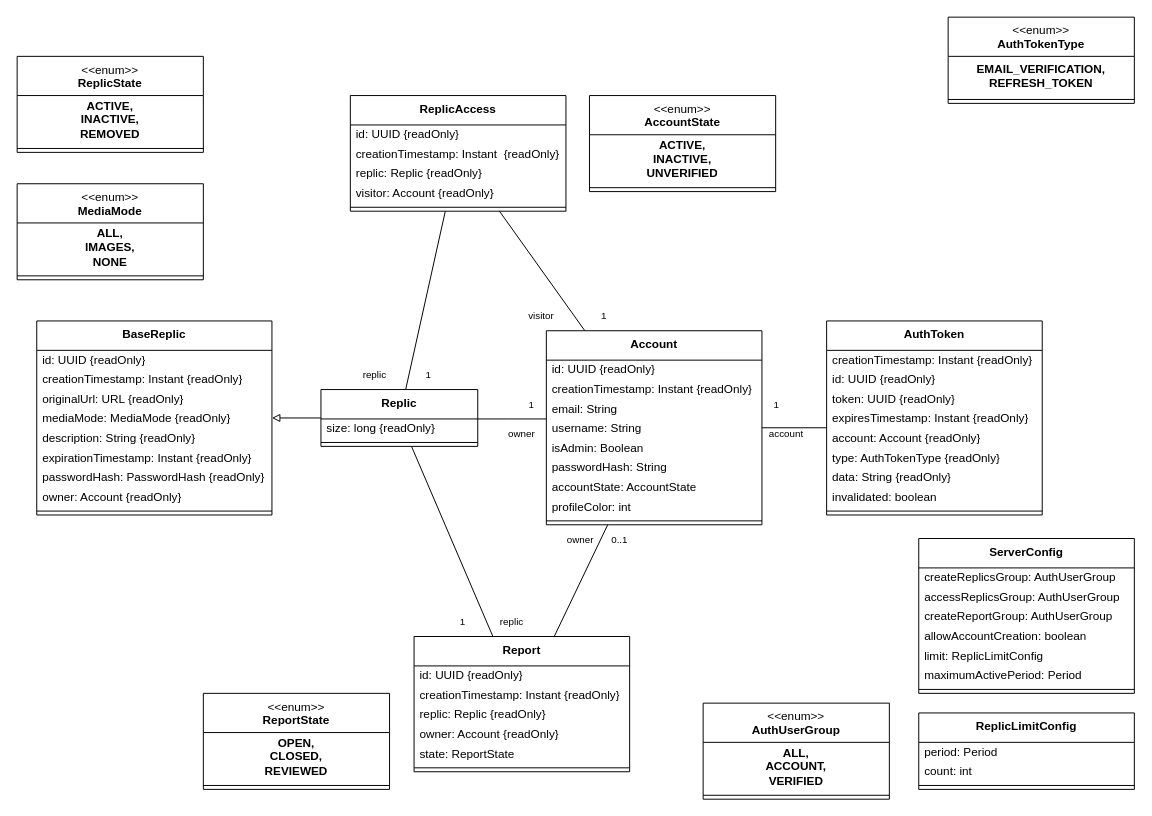
Before: content/drawio/class/server/domain-models.drawio in replic-read/design, a draw.io diagram. Source tidied: cells renumbered, new cells numbered last; positions are measured from the earlier drawing's top-left corner, leaving out a move shared by most shapes. Both pictures are drawn from the tidied source at 98%, with x=0, y=0 at pixel (17, 17).
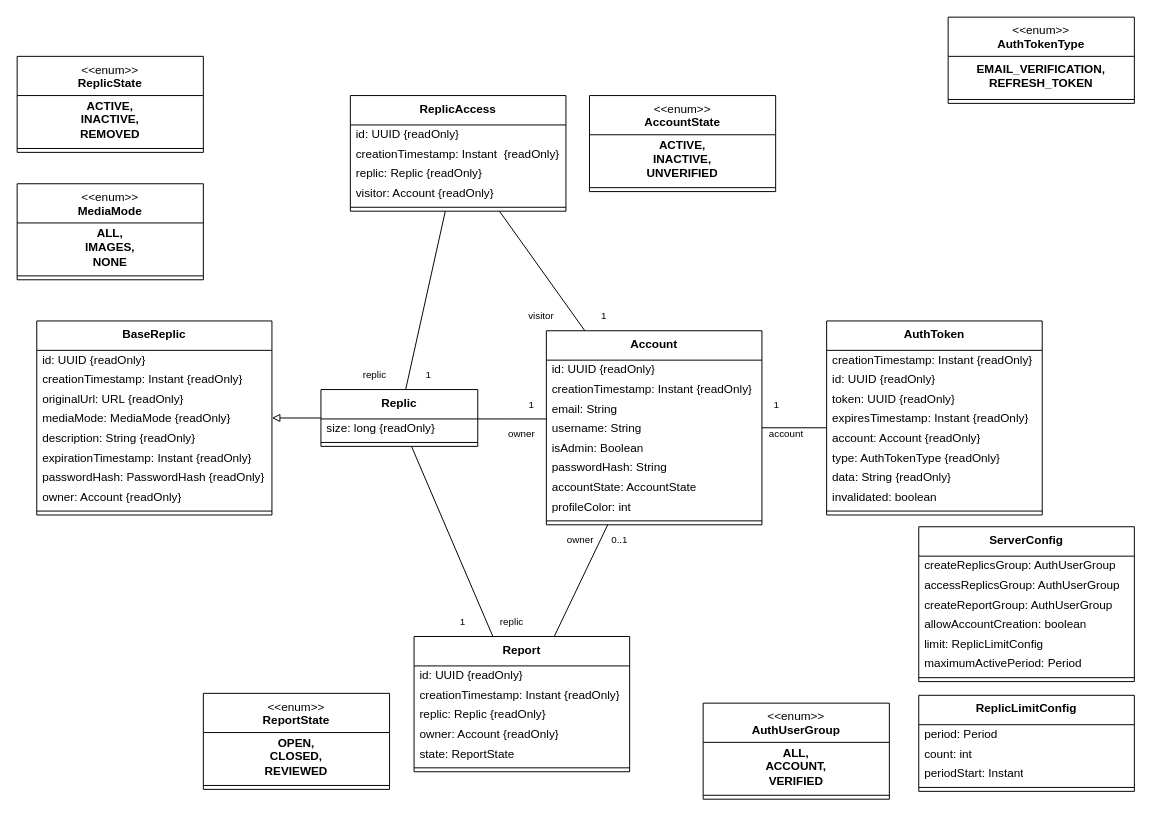
After the change.

The edit, as a diff of the source:
```diff
@@
     <mxCell id="60" value="&lt;b&gt;ReplicLimitConfig&lt;/b&gt;" style="swimlane;fontStyle=0;align=center;verticalAlign=top;horizontal=1;startSize=30;html=1;whiteSpace=wrap;" parent="1" vertex="1">
-      <mxGeometry x="920" y="710" width="220" height="78" as="geometry" />
+      <mxGeometry x="920" y="692" width="220" height="98" as="geometry" />
     </mxCell>
@@
+    <mxCell id="97" value="periodStart: Instant" style="text;html=1;strokeColor=none;fillColor=none;align=left;verticalAlign=middle;spacingLeft=4;spacingRight=4;overflow=hidden;whiteSpace=wrap;" parent="60" vertex="1">
+      <mxGeometry y="70" width="220" height="20" as="geometry" />
+    </mxCell>
     <mxCell id="63" style="line;strokeWidth=1;fillColor=none;align=left;verticalAlign=middle;spacingTop=-1;spacingLeft=3;spacingRight=3;labelPosition=right;" parent="60" vertex="1">
-      <mxGeometry y="70" width="220" height="8" as="geometry" />
+      <mxGeometry y="90" width="220" height="8" as="geometry" />
     </mxCell>
     <mxCell id="64" value="&lt;b&gt;ServerConfig&lt;/b&gt;" style="swimlane;fontStyle=0;align=center;verticalAlign=top;horizontal=1;startSize=30;html=1;whiteSpace=wrap;" parent="1" vertex="1">
-      <mxGeometry x="920" y="532" width="220" height="158" as="geometry" />
+      <mxGeometry x="920" y="520" width="220" height="158" as="geometry" />
     </mxCell>
```
